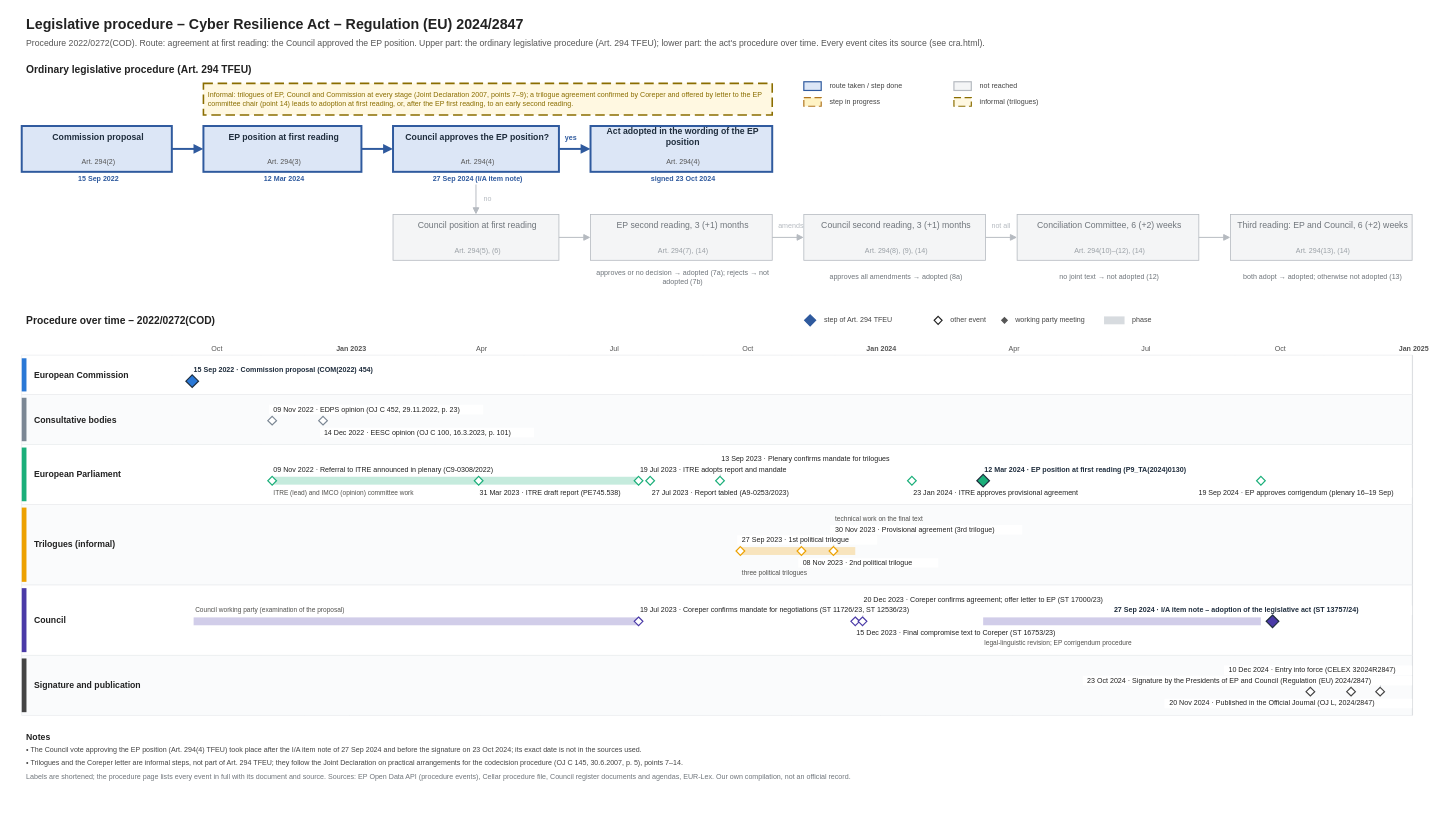
git-z0man/eu-regulation-timeline keeps this draw.io diagram as procedures/cra.drawio. Above is the earlier version. Source tidied: cells renumbered, new cells numbered last; positions are measured from the earlier drawing's top-left corner, leaving out a move shared by most shapes. Both pictures are drawn from the tidied source at 79%, with x=0, y=0 at pixel (13, 13).
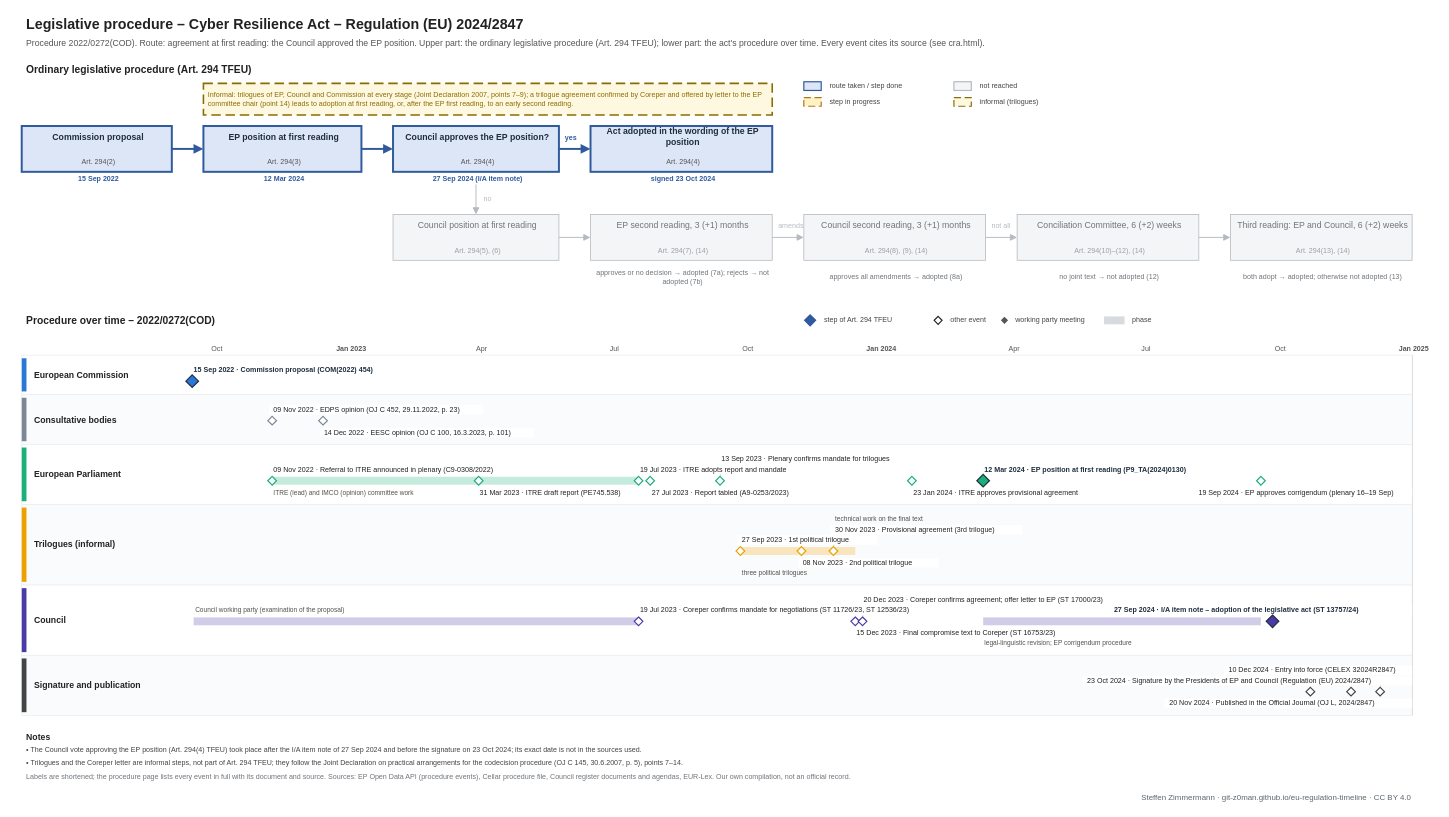
The same diagram, later.

What changed in the source:
```diff
@@
+    <mxCell id="188" value="Steffen Zimmermann · git-z0man.github.io/eu-regulation-timeline · CC BY 4.0" style="text;html=1;fontSize=10;fontColor=#5b646b;align=right;verticalAlign=middle;spacingLeft=4;" parent="1" vertex="1">
+      <mxGeometry x="10" y="984" width="1760" height="16" as="geometry" />
+    </mxCell>
```
